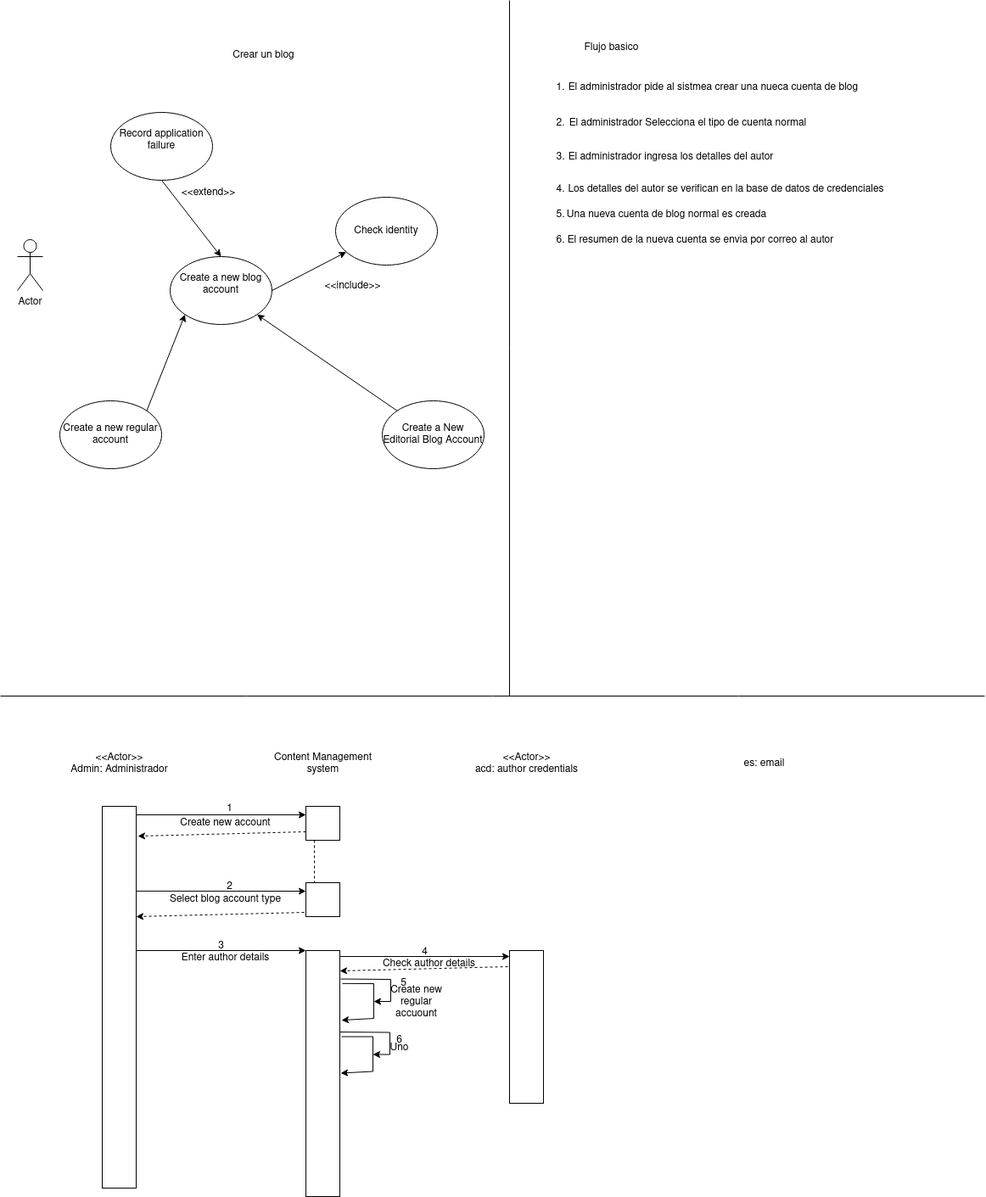
Above: DSejemplo.drawio.png in GermanOjeda/Tarea-ETS (draw.io), before the change. Source tidied: cells renumbered, new cells last; positions are measured from the earlier drawing's top-left corner, leaving out a move shared by most shapes.
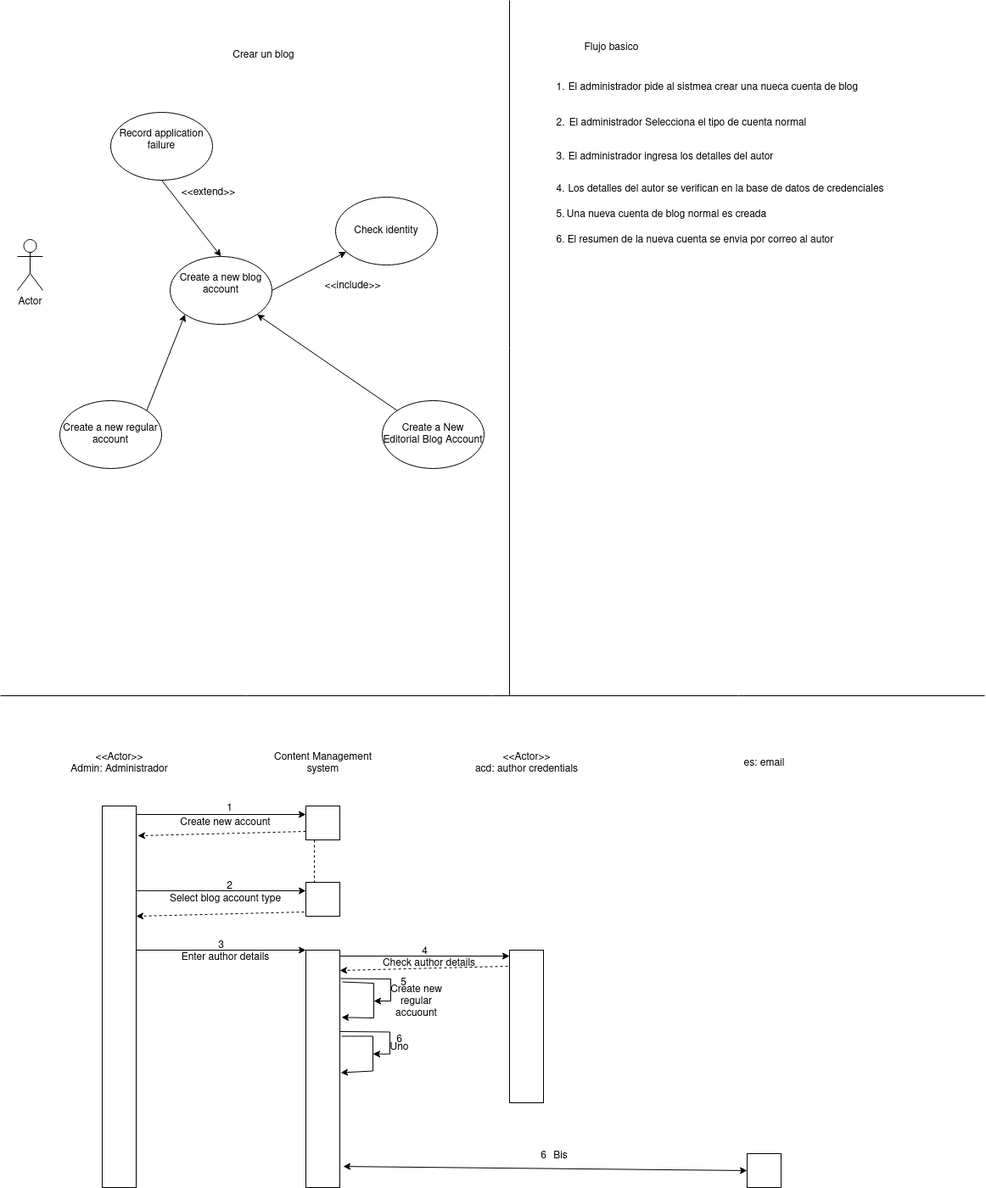
The same file after the commit.

Change to the diagram source:
```diff
@@ -142,7 +142,7 @@
       </mxGeometry>
     </mxCell>
     <mxCell id="44" style="rounded=0;whiteSpace=wrap;html=1;" parent="1" vertex="1">
-      <mxGeometry x="360" y="1120" width="40" height="290" as="geometry" />
+      <mxGeometry x="360" y="1120" width="40" height="280" as="geometry" />
     </mxCell>
     <mxCell id="45" style="edgeStyle=none;orthogonalLoop=1;jettySize=auto;html=1;rounded=0;exitX=1;exitY=0.222;exitDx=0;exitDy=0;exitPerimeter=0;entryX=0;entryY=0.25;entryDx=0;entryDy=0;" parent="1" edge="1">
       <mxGeometry relative="1" as="geometry">
@@ -233,5 +233,17 @@
     <mxCell id="62" value="&lt;div&gt;es: email&lt;/div&gt;" style="text;html=1;align=center;verticalAlign=middle;strokeColor=none;fillColor=none;" parent="1" vertex="1">
       <mxGeometry x="865" y="885" width="70" height="30" as="geometry" />
     </mxCell>
+    <mxCell id="63" style="rounded=0;whiteSpace=wrap;html=1;" parent="1" vertex="1">
+      <mxGeometry x="880" y="1360" width="40" height="40" as="geometry" />
+    </mxCell>
+    <mxCell id="64" style="rounded=0;jettySize=auto;html=1;exitX=0;exitY=0.5;exitDx=0;exitDy=0;entryX=1.1;entryY=0.911;entryDx=0;entryDy=0;entryPerimeter=0;endArrow=classic;endFill=1;startArrow=classic;startFill=1;" parent="1" edge="1" source="63" target="44">
+      <mxGeometry relative="1" as="geometry" />
+    </mxCell>
+    <mxCell id="65" value="6" style="text;html=1;align=center;verticalAlign=middle;strokeColor=none;fillColor=none;" parent="1" vertex="1">
+      <mxGeometry x="625" y="1348" width="30" height="30" as="geometry" />
+    </mxCell>
+    <mxCell id="66" value="Bis" style="text;html=1;align=center;verticalAlign=middle;strokeColor=none;fillColor=none;" parent="1" vertex="1">
+      <mxGeometry x="640" y="1348" width="40" height="30" as="geometry" />
+    </mxCell>
   </root>
 </mxGraphModel>
```
